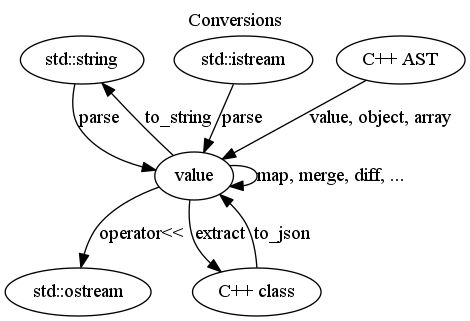
The Graphviz diagram doc/conversions.png in tgockel/json-voorhees, before a commit. Its source is kept beside it as doc/conversions.dot.
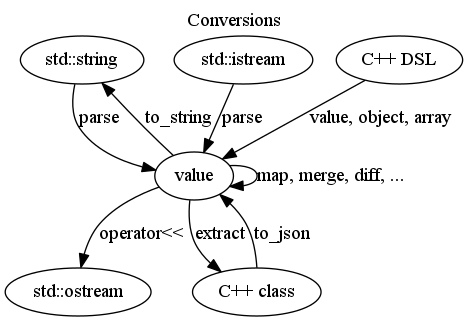
The same diagram one commit later.

Commit message:
Conversions should be "C++ DSL" not "C++ AST"

The edit, as a diff of the source:
```diff
@@ -7,7 +7,7 @@
   ostream [label="std::ostream"]
   value   [label="value", URL="\ref jsonv::value"]
   class   [label="C++ class"]
-  ast     [label="C++ AST"]
+  dsl     [label="C++ DSL"]
 
   value   -> str     [label="to_string"]
   value   -> ostream [label="operator<<"]
@@ -16,5 +16,5 @@
   value   -> value   [label="map, merge, diff, ..."]
   value   -> class   [label="extract"]
   class   -> value   [label="to_json"]
-  ast     -> value   [label="value, object, array"]
+  dsl     -> value   [label="value, object, array"]
 }
```
